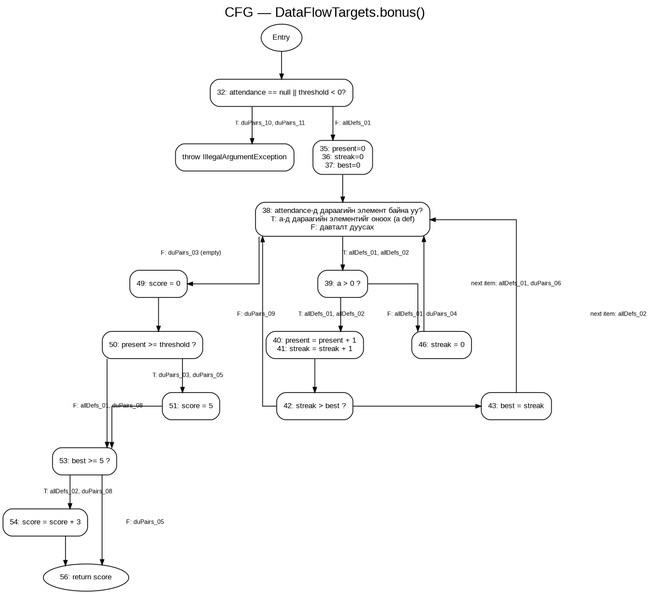
Aztushig0603/Lab10-DataFlow keeps this Graphviz diagram as cfg-bonus.png. Above is the earlier version. Its source is kept beside it as cfg-bonus.dot.
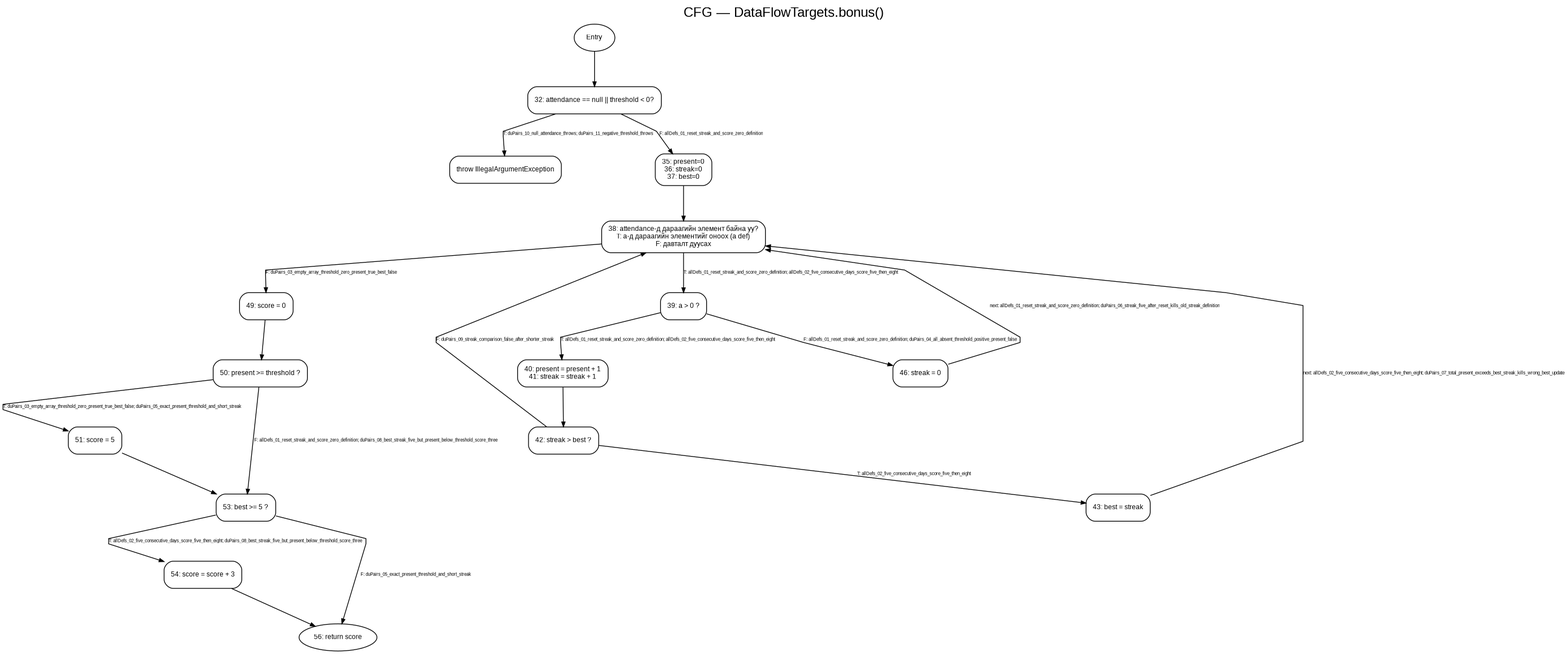
The same file after the commit.

The edit, as a diff of the source:
```diff
@@ -1,7 +1,7 @@
 digraph bonus_cfg {
-  graph [rankdir=TB, splines=ortho, nodesep=0.35, ranksep=0.5, fontname="Arial", labelloc="t", label="CFG — DataFlowTargets.bonus()", fontsize=18];
-  node [shape=box, style="rounded", fontname="Arial", fontsize=10, margin="0.12,0.08"];
-  edge [fontname="Arial", fontsize=8, arrowsize=0.7];
+  graph [rankdir=TB, splines=polyline, nodesep=0.45, ranksep=0.62, fontname="Arial", labelloc="t", label="CFG — DataFlowTargets.bonus()", fontsize=18];
+  node [shape=box, style="rounded", fontname="Arial", fontsize=9, margin="0.12,0.08"];
+  edge [fontname="Arial", fontsize=6, arrowsize=0.65];
   entry [shape=oval,label="Entry"];
   check [label="32: attendance == null || threshold < 0?"];
   bad [label="throw IllegalArgumentException"];
@@ -19,25 +19,23 @@
   scoreplus [label="54: score = score + 3"];
   ret [label="56: return score",shape=oval];
   entry -> check;
-  check -> bad [label="T: duPairs_10, duPairs_11"];
-  check -> init [label="F: allDefs_01"];
+  check -> bad [label="T: duPairs_10_null_attendance_throws; duPairs_11_negative_threshold_throws"];
+  check -> init [label="F: allDefs_01_reset_streak_and_score_zero_definition"];
   init -> loop;
-  loop -> acheck [label="T: allDefs_01, allDefs_02"];
-  loop -> score0 [label="F: duPairs_03 (empty)"];
-  acheck -> inc [label="T: allDefs_01, allDefs_02"];
-  acheck -> reset [label="F: allDefs_01, duPairs_04"];
+  loop -> acheck [label="T: allDefs_01_reset_streak_and_score_zero_definition; allDefs_02_five_consecutive_days_score_five_then_eight"];
+  loop -> score0 [label="F: duPairs_03_empty_array_threshold_zero_present_true_best_false"];
+  acheck -> inc [label="T: allDefs_01_reset_streak_and_score_zero_definition; allDefs_02_five_consecutive_days_score_five_then_eight"];
+  acheck -> reset [label="F: allDefs_01_reset_streak_and_score_zero_definition; duPairs_04_all_absent_threshold_positive_present_false"];
   inc -> bestcheck;
-  bestcheck -> update [label="T: allDefs_02"];
-  bestcheck -> loop [label="F: duPairs_09", minlen=2];
-  update -> loop [label="next item: allDefs_02"];
-  reset -> loop [label="next item: allDefs_01, duPairs_06"];
+  bestcheck -> update [label="T: allDefs_02_five_consecutive_days_score_five_then_eight"];
+  bestcheck -> loop [label="F: duPairs_09_streak_comparison_false_after_shorter_streak", minlen=2];
+  update -> loop [label="next: allDefs_02_five_consecutive_days_score_five_then_eight; duPairs_07_total_present_exceeds_best_streak_kills_wrong_best_update"];
+  reset -> loop [label="next: allDefs_01_reset_streak_and_score_zero_definition; duPairs_06_streak_five_after_reset_kills_old_streak_definition"];
   score0 -> presentcheck;
-  presentcheck -> score5 [label="T: duPairs_03, duPairs_05"];
-  presentcheck -> best5 [label="F: allDefs_01, duPairs_08"];
+  presentcheck -> score5 [label="T: duPairs_03_empty_array_threshold_zero_present_true_best_false; duPairs_05_exact_present_threshold_and_short_streak"];
+  presentcheck -> best5 [label="F: allDefs_01_reset_streak_and_score_zero_definition; duPairs_08_best_streak_five_but_present_below_threshold_score_three"];
   score5 -> best5;
-  best5 -> scoreplus [label="T: allDefs_02, duPairs_08"];
-  best5 -> ret [label="F: duPairs_05"];
+  best5 -> scoreplus [label="T: allDefs_02_five_consecutive_days_score_five_then_eight; duPairs_08_best_streak_five_but_present_below_threshold_score_three"];
+  best5 -> ret [label="F: duPairs_05_exact_present_threshold_and_short_streak"];
   scoreplus -> ret;
-  {rank=same; inc; reset}
-  {rank=same; update; bestcheck}
 }
```
